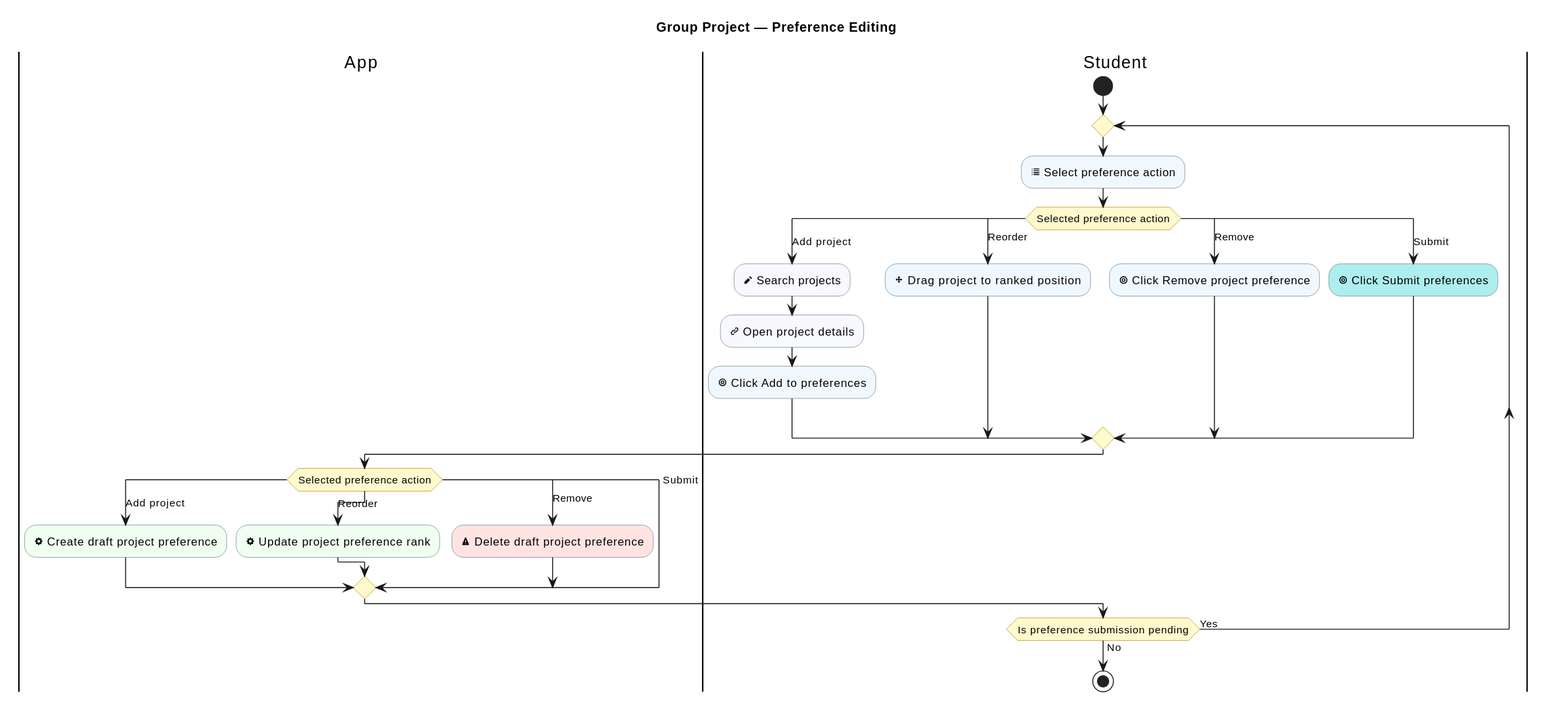
Above: industrial-placement-group-project/diagrams/group-project/preference-editing.svg in sdflkjssl/sdflkjssl.github.io (PlantUML), before the change.
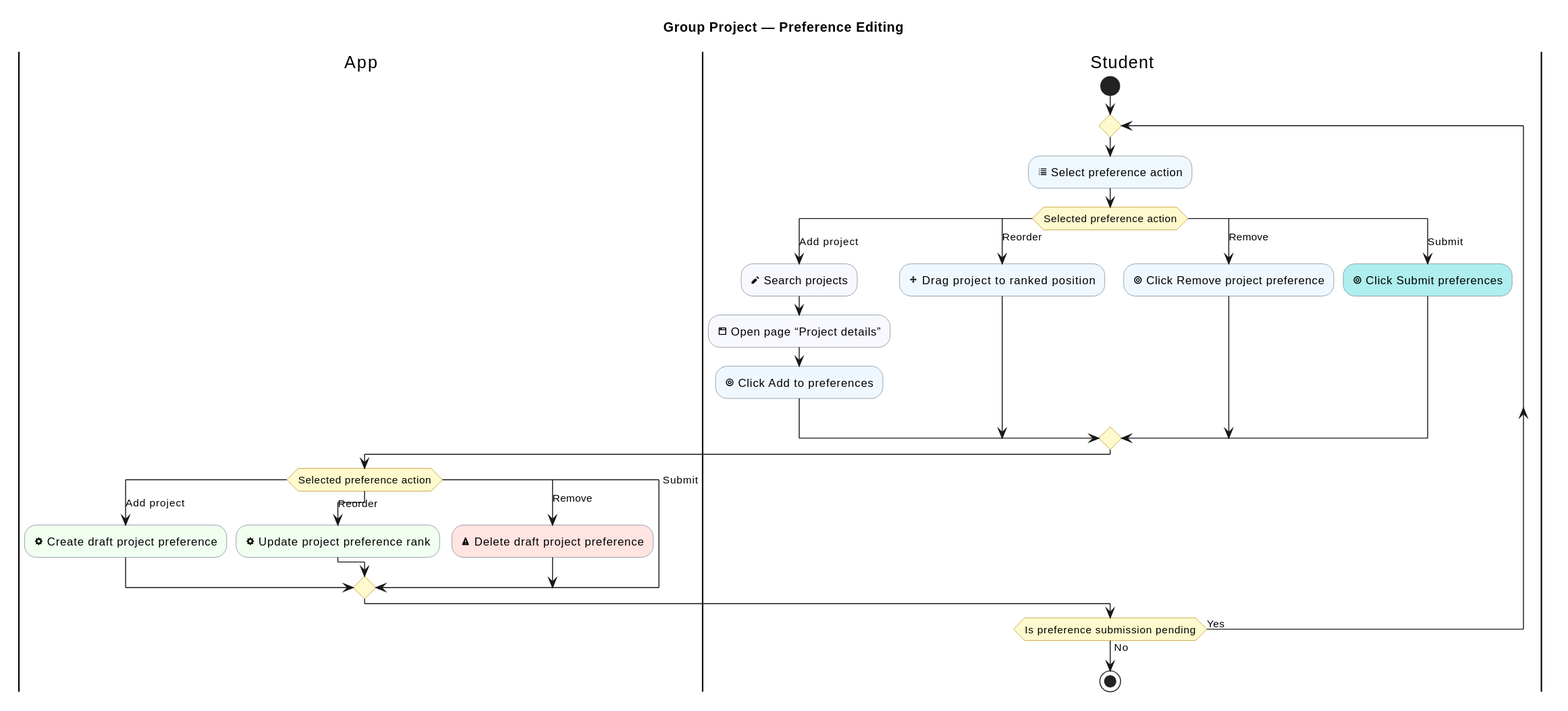
After the commit.

What changed in the source:
```diff
@@ -17,7 +17,7 @@
   switch (Selected preference action)
   case (Add project)
     :<&pencil> Search projects; <<#GhostWhite>>
-    :<&link-intact> Open project details; <<#GhostWhite>>
+    :<&browser> Open page “Project details”; <<#GhostWhite>>
     :<&target> Click Add to preferences; <<#AliceBlue>>
   case (Reorder)
     :<&move> Drag project to ranked position; <<#AliceBlue>>
```
